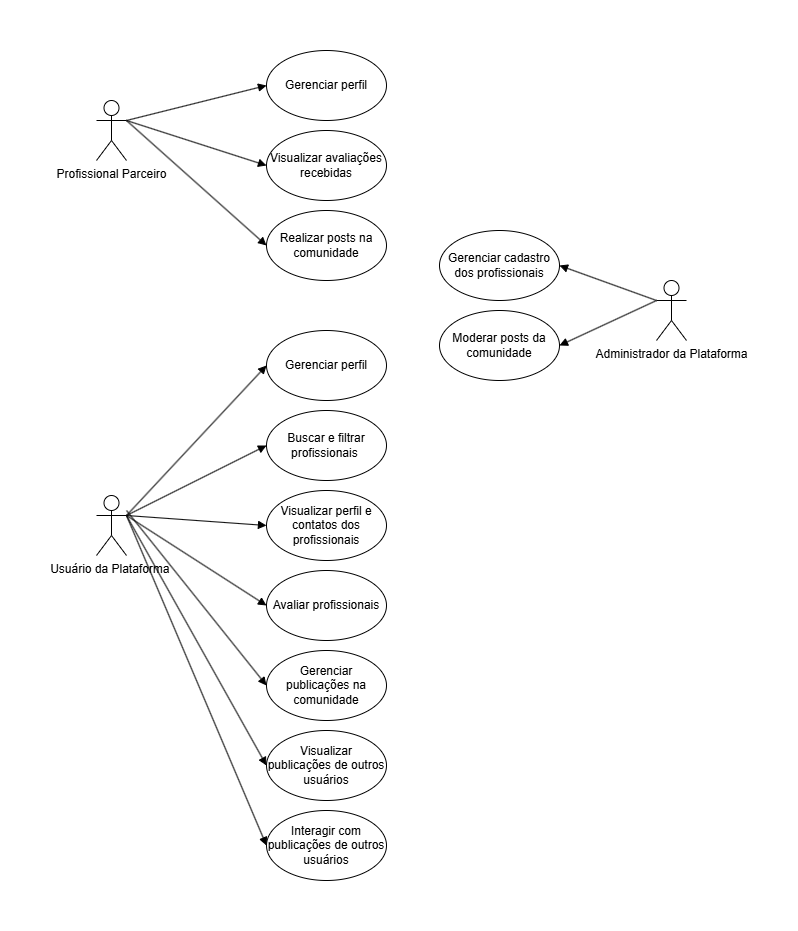
Earlier version of the draw.io export docs/img/Diagrama_caso_de_uso_maes.drawio.png (ICEI-PUC-Minas-PMV-SI/pmv-si-2026-1-pe3-t3-maes-em-foco). Source tidied: cells renumbered, new cells last; positions are measured from the earlier drawing's top-left corner, leaving out a move shared by most shapes.
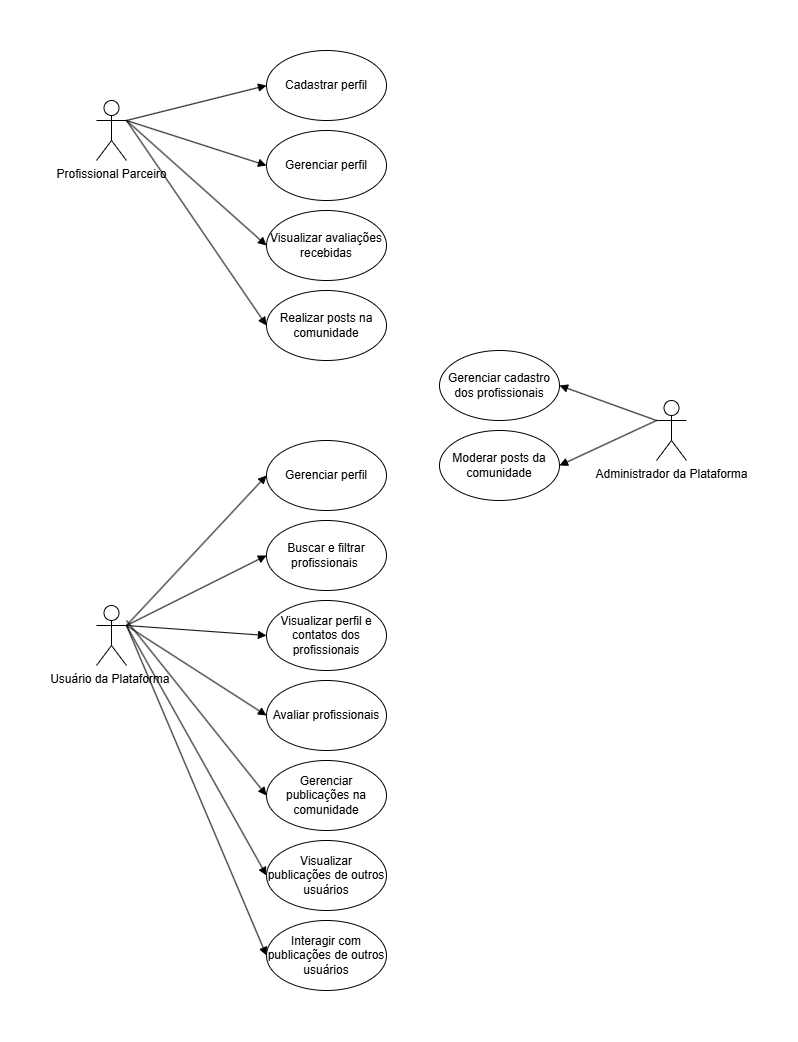
Above is the later version.

Commit message:
update img diagrama caso de uso

Change to the diagram source:
```diff
@@ -3,13 +3,13 @@
     <mxCell id="0" />
     <mxCell id="1" parent="0" />
     <mxCell id="2" value="Profissional Parceiro" style="shape=umlActor;verticalLabelPosition=bottom;verticalAlign=top;html=1;" parent="1" vertex="1">
-      <mxGeometry y="50" width="30" height="60" as="geometry" />
+      <mxGeometry y="-60" width="30" height="60" as="geometry" />
     </mxCell>
     <mxCell id="3" value="Gerenciar perfil" style="ellipse;whiteSpace=wrap;html=1;" parent="1" vertex="1">
-      <mxGeometry x="170" width="120" height="70" as="geometry" />
+      <mxGeometry x="170" y="-30" width="120" height="70" as="geometry" />
     </mxCell>
     <mxCell id="4" value="Visualizar avaliações recebidas" style="ellipse;whiteSpace=wrap;html=1;" parent="1" vertex="1">
-      <mxGeometry x="170" y="80" width="120" height="70" as="geometry" />
+      <mxGeometry x="170" y="50" width="120" height="70" as="geometry" />
     </mxCell>
     <mxCell id="5" value="Usuário da Plataforma&amp;nbsp;" style="shape=umlActor;verticalLabelPosition=bottom;verticalAlign=top;html=1;" parent="1" vertex="1">
       <mxGeometry y="445" width="30" height="60" as="geometry" />
@@ -65,13 +65,13 @@
       </mxGeometry>
     </mxCell>
     <mxCell id="22" value="Administrador da Plataforma" style="shape=umlActor;verticalLabelPosition=bottom;verticalAlign=top;html=1;" parent="1" vertex="1">
-      <mxGeometry x="560" y="230" width="30" height="60" as="geometry" />
+      <mxGeometry x="560" y="240" width="30" height="60" as="geometry" />
     </mxCell>
     <mxCell id="23" value="Gerenciar cadastro dos profissionais" style="ellipse;whiteSpace=wrap;html=1;" parent="1" vertex="1">
-      <mxGeometry x="343" y="180" width="120" height="70" as="geometry" />
+      <mxGeometry x="343" y="190" width="120" height="70" as="geometry" />
     </mxCell>
     <mxCell id="24" value="Moderar posts da comunidade" style="ellipse;whiteSpace=wrap;html=1;" parent="1" vertex="1">
-      <mxGeometry x="343" y="260" width="120" height="70" as="geometry" />
+      <mxGeometry x="343" y="270" width="120" height="70" as="geometry" />
     </mxCell>
     <mxCell id="25" style="html=1;verticalAlign=bottom;endArrow=block;curved=0;rounded=0;entryX=1;entryY=0.5;entryDx=0;entryDy=0;exitX=0;exitY=0.3333333333333333;exitDx=0;exitDy=0;exitPerimeter=0;" parent="1" edge="1" source="22" target="23">
       <mxGeometry relative="1" as="geometry" />
@@ -80,10 +80,18 @@
       <mxGeometry relative="1" as="geometry" />
     </mxCell>
     <mxCell id="27" value="Realizar posts na comunidade" style="ellipse;whiteSpace=wrap;html=1;" parent="1" vertex="1">
-      <mxGeometry x="170" y="160" width="120" height="70" as="geometry" />
+      <mxGeometry x="170" y="130" width="120" height="70" as="geometry" />
     </mxCell>
     <mxCell id="28" style="html=1;verticalAlign=bottom;endArrow=block;curved=0;rounded=0;entryX=0;entryY=0.5;entryDx=0;entryDy=0;exitX=1;exitY=0.3333333333333333;exitDx=0;exitDy=0;exitPerimeter=0;" parent="1" edge="1" source="2" target="27">
       <mxGeometry relative="1" as="geometry" />
     </mxCell>
+    <mxCell id="29" value="Cadastrar perfil" style="ellipse;whiteSpace=wrap;html=1;" parent="1" vertex="1">
+      <mxGeometry x="170" y="-110" width="120" height="70" as="geometry" />
+    </mxCell>
+    <mxCell id="30" style="html=1;verticalAlign=bottom;endArrow=block;curved=0;rounded=0;entryX=0;entryY=0.5;entryDx=0;entryDy=0;" parent="1" edge="1" target="29">
+      <mxGeometry relative="1" as="geometry">
+        <mxPoint x="30" y="-40" as="sourcePoint" />
+      </mxGeometry>
+    </mxCell>
   </root>
 </mxGraphModel>
```
